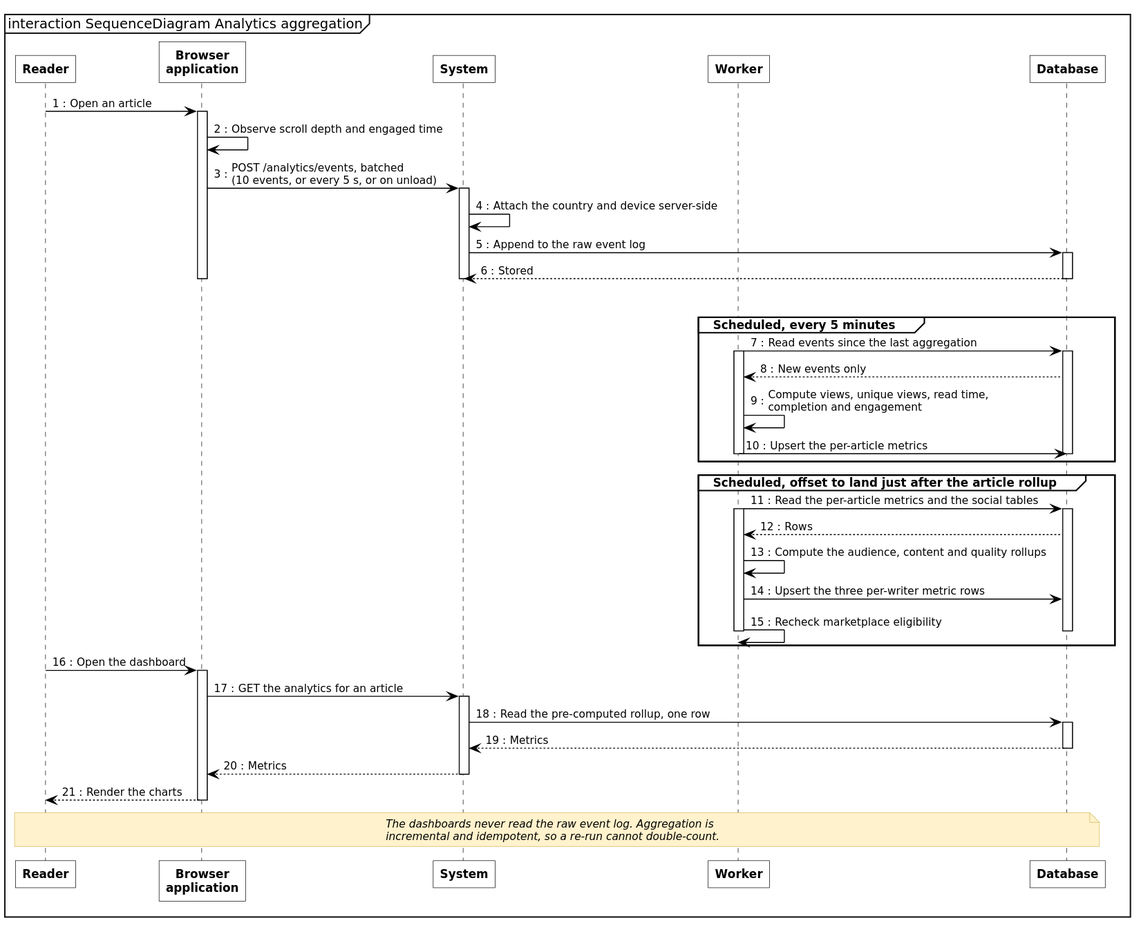
inkwell-dev/spec.inkwell.ai keeps this PlantUML diagram as diagrams/fig-5-3-sequence-analytics-aggregation/fig-5-3-sequence-analytics-aggregation.svg. Above is the earlier version. The source it was exported from:
```plantuml
@startuml
!include ../_style.puml
mainframe interaction SequenceDiagram Analytics aggregation
autonumber "0 :"

participant "Reader" as U
participant "Browser\napplication" as W
participant "System" as A
participant "Worker" as K
participant "Database" as D

U -> W : Open an article
activate W
W -> W : Observe scroll depth and engaged time
W -> A : POST /analytics/events, batched\n(10 events, or every 5 s, or on unload)
activate A
A -> A : Attach the country and device server-side
A -> D : Append to the raw event log
activate D
D --> A : Stored
deactivate D
deactivate A
deactivate W

|||

group Scheduled, every 5 minutes
  K -> D : Read events since the last aggregation
  activate K
  activate D
  D --> K : New events only
  K -> K : Compute views, unique views, read time,\ncompletion and engagement
  K -> D : Upsert the per-article metrics
  deactivate D
  deactivate K
end

group Scheduled, offset to land just after the article rollup
  K -> D : Read the per-article metrics and the social tables
  activate K
  activate D
  D --> K : Rows
  K -> K : Compute the audience, content and quality rollups
  K -> D : Upsert the three per-writer metric rows
  K -> K : Recheck marketplace eligibility
  deactivate D
  deactivate K
end

U -> W : Open the dashboard
activate W
W -> A : GET the analytics for an article
activate A
A -> D : Read the pre-computed rollup, one row
activate D
D --> A : Metrics
deactivate D
A --> W : Metrics
deactivate A
W --> U : Render the charts
deactivate W

note over U, D
  The dashboards never read the raw event log. Aggregation is
  incremental and idempotent, so a re-run cannot double-count.
end note
@enduml
```
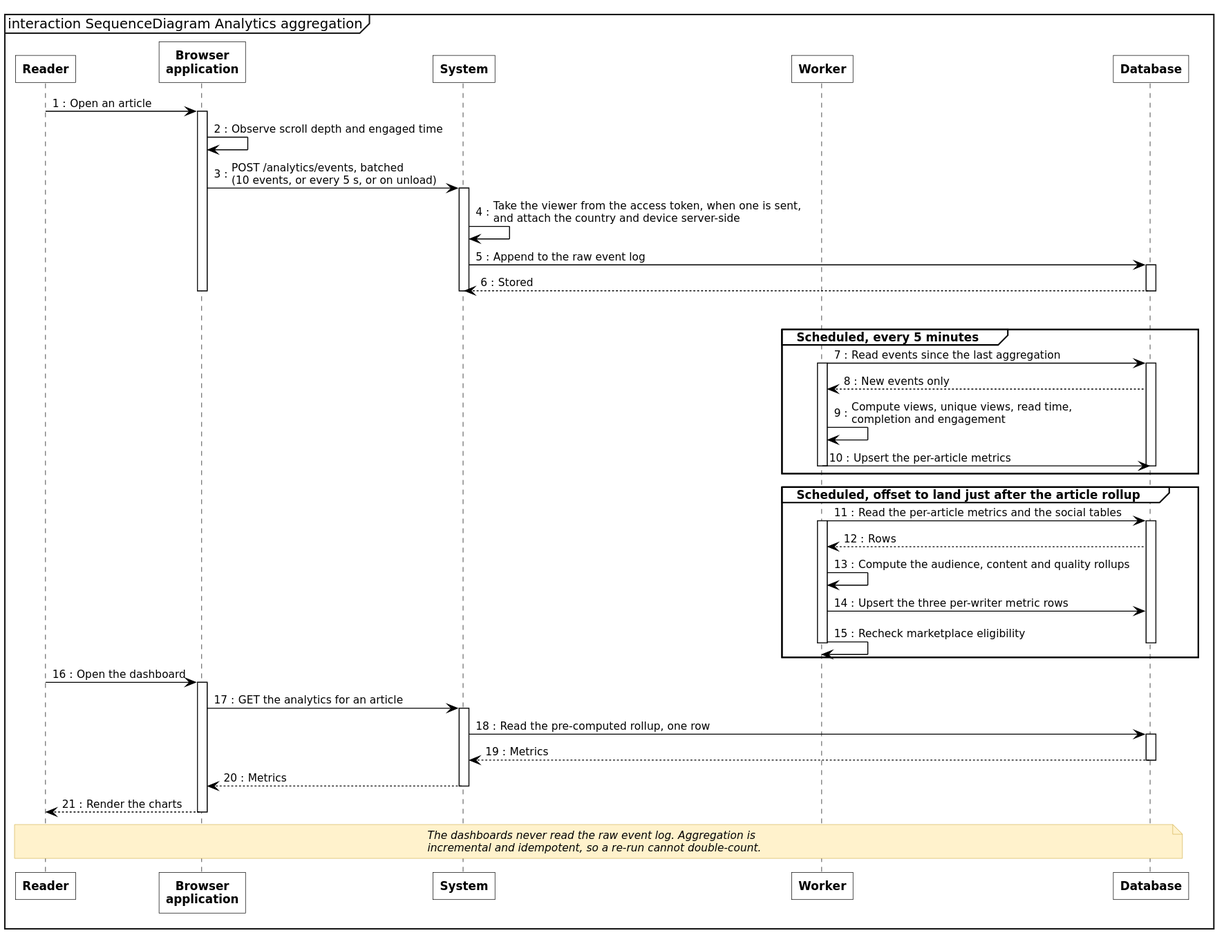
The same diagram one commit later.

Commit message:
docs(diagrams): fig-5-3 takes the viewer from the access token

Since 2026-08-20 POST /analytics/events reads the viewer from the access token
through an optional JWT guard, never from the request body, and records an
anonymous event when no token is sent. That is the fix that made reader
attribution real, so the step that enriches the event now says it.

What changed in the source:
```diff
@@ -14,7 +14,7 @@
 W -> W : Observe scroll depth and engaged time
 W -> A : POST /analytics/events, batched\n(10 events, or every 5 s, or on unload)
 activate A
-A -> A : Attach the country and device server-side
+A -> A : Take the viewer from the access token, when one is sent,\nand attach the country and device server-side
 A -> D : Append to the raw event log
 activate D
 D --> A : Stored
```
